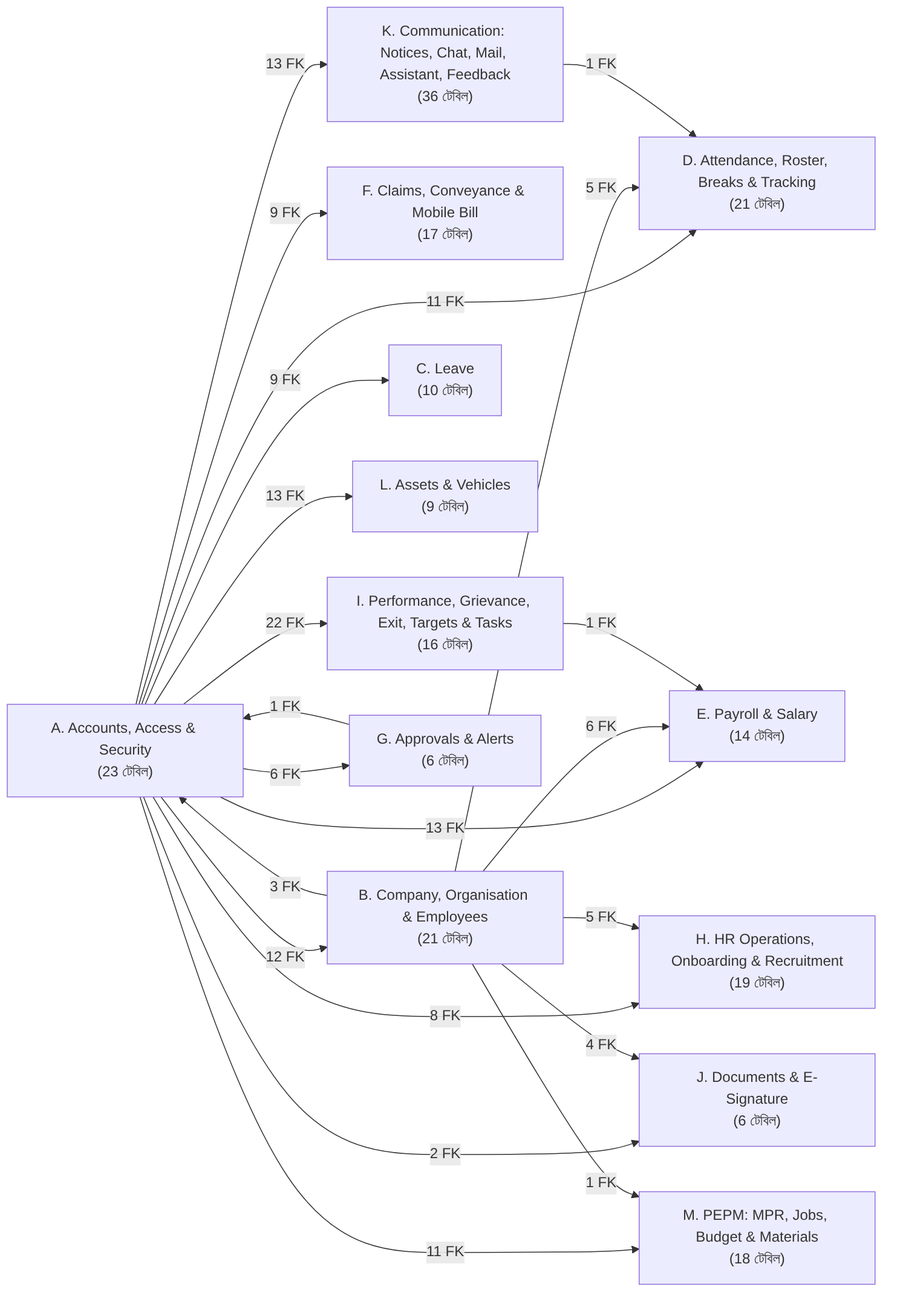
Above: docs/architecture/database/diagrams/00-module-map.png in ruhulamencredence/CredenceHR (Mermaid), before the change. Its source is kept beside it as docs/architecture/database/diagrams/00-module-map.mmd.
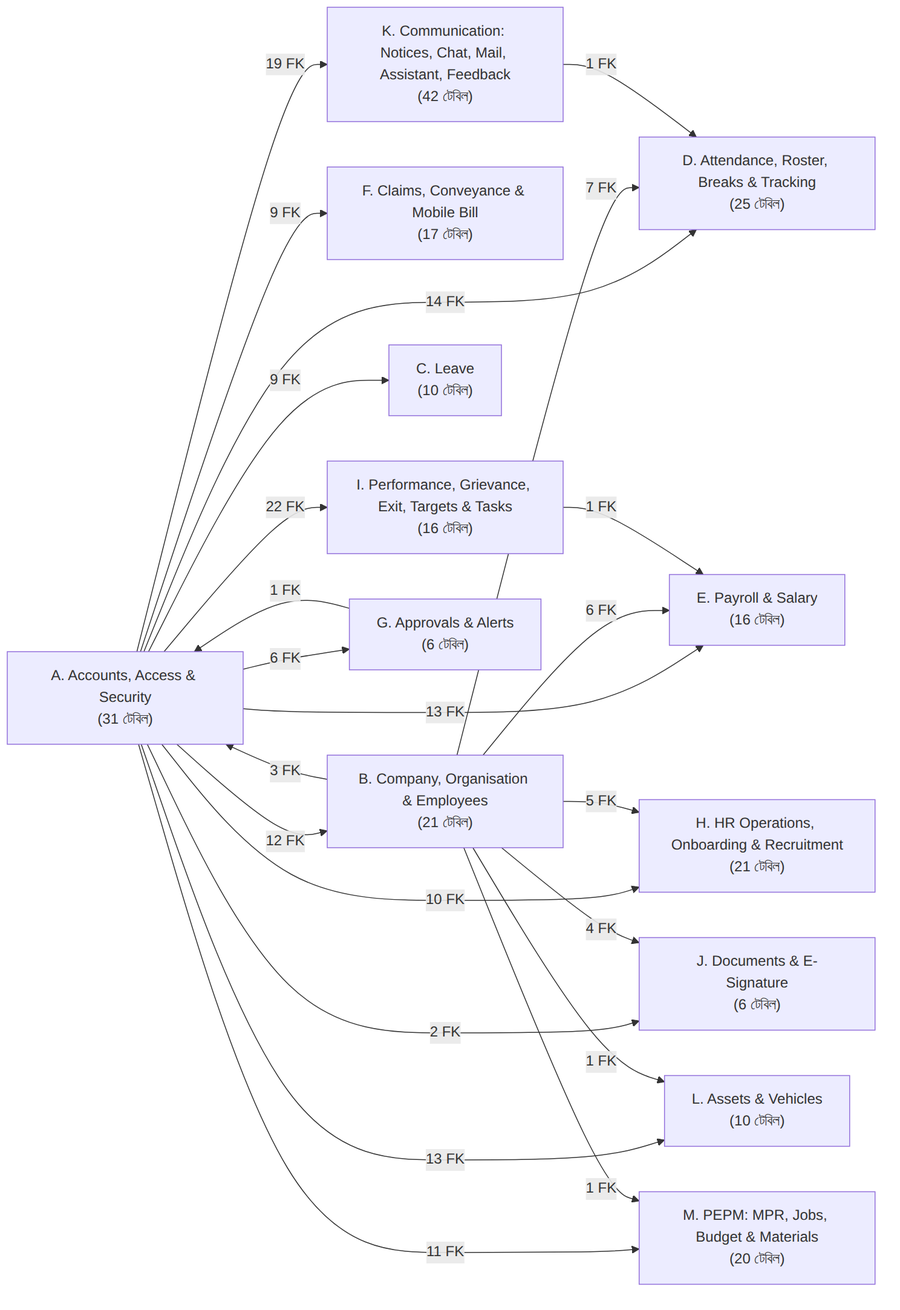
After the commit.

The edit, as a diff of the source:
```diff
@@ -1,34 +1,35 @@
 flowchart LR
-  K["K. Communication: Notices, Chat, Mail, Assistant, Feedback<br/>(36 টেবিল)"]
-  H["H. HR Operations, Onboarding & Recruitment<br/>(19 টেবিল)"]
-  D["D. Attendance, Roster, Breaks & Tracking<br/>(21 টেবিল)"]
-  A["A. Accounts, Access & Security<br/>(23 টেবিল)"]
-  M["M. PEPM: MPR, Jobs, Budget & Materials<br/>(18 টেবিল)"]
+  K["K. Communication: Notices, Chat, Mail, Assistant, Feedback<br/>(42 টেবিল)"]
+  H["H. HR Operations, Onboarding & Recruitment<br/>(21 টেবিল)"]
+  D["D. Attendance, Roster, Breaks & Tracking<br/>(25 টেবিল)"]
+  A["A. Accounts, Access & Security<br/>(31 টেবিল)"]
+  M["M. PEPM: MPR, Jobs, Budget & Materials<br/>(20 টেবিল)"]
   F["F. Claims, Conveyance & Mobile Bill<br/>(17 টেবিল)"]
   B["B. Company, Organisation & Employees<br/>(21 টেবিল)"]
   C["C. Leave<br/>(10 টেবিল)"]
-  L["L. Assets & Vehicles<br/>(9 টেবিল)"]
+  L["L. Assets & Vehicles<br/>(10 টেবিল)"]
   J["J. Documents & E-Signature<br/>(6 টেবিল)"]
-  E["E. Payroll & Salary<br/>(14 টেবিল)"]
+  E["E. Payroll & Salary<br/>(16 টেবিল)"]
   I["I. Performance, Grievance, Exit, Targets & Tasks<br/>(16 টেবিল)"]
   G["G. Approvals & Alerts<br/>(6 টেবিল)"]
   A -->|12 FK| B
   A -->|9 FK| C
-  A -->|11 FK| D
+  A -->|14 FK| D
   A -->|13 FK| E
   A -->|9 FK| F
   A -->|6 FK| G
-  A -->|8 FK| H
+  A -->|10 FK| H
   A -->|22 FK| I
   A -->|2 FK| J
-  A -->|13 FK| K
+  A -->|19 FK| K
   A -->|13 FK| L
   A -->|11 FK| M
   B -->|3 FK| A
-  B -->|5 FK| D
+  B -->|7 FK| D
   B -->|6 FK| E
   B -->|5 FK| H
   B -->|4 FK| J
+  B -->|1 FK| L
   B -->|1 FK| M
   G -->|1 FK| A
   I -->|1 FK| E
```
